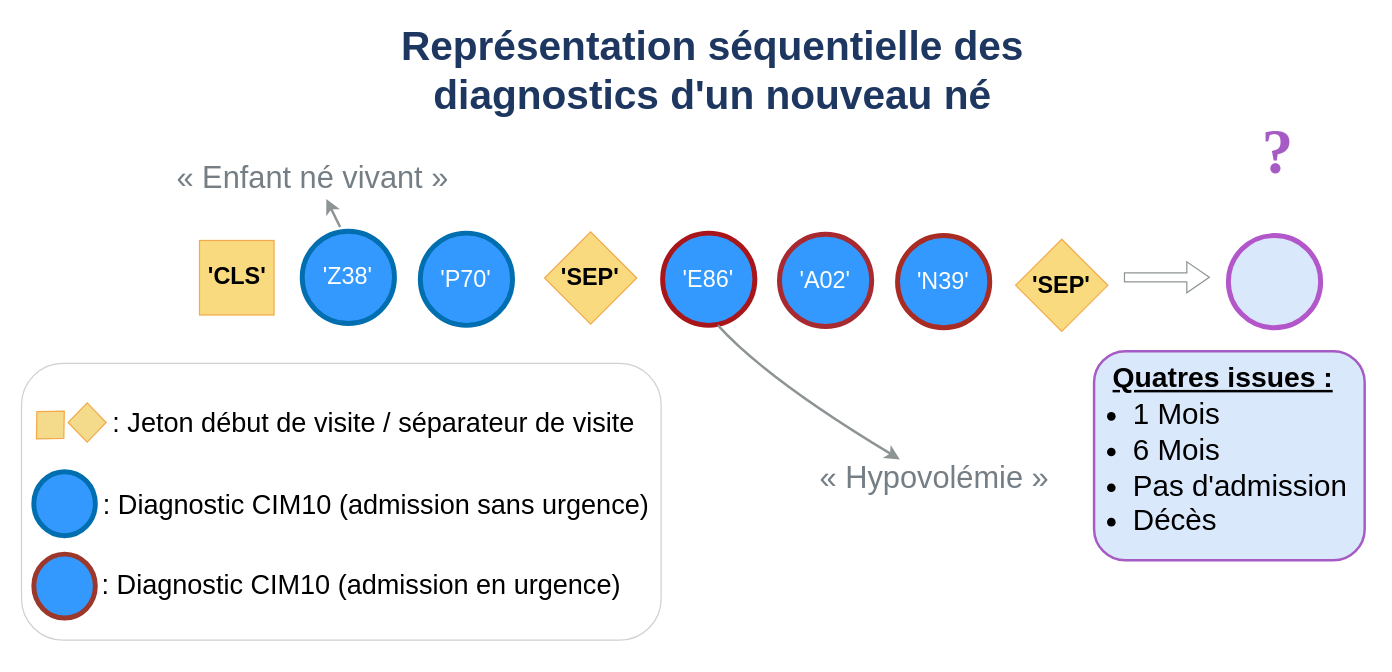
Earlier version of the draw.io diagram ex_séquence.drawio (Basso42/BEHRT). Source tidied: cells renumbered, new cells numbered last; positions are measured from the earlier drawing's top-left corner, leaving out a move shared by most shapes. Both pictures are drawn from the tidied source at 123%, with x=0, y=0 at pixel (21, 69). Pictures stored in the file or linked from it are replaced by grey dashed boxes.
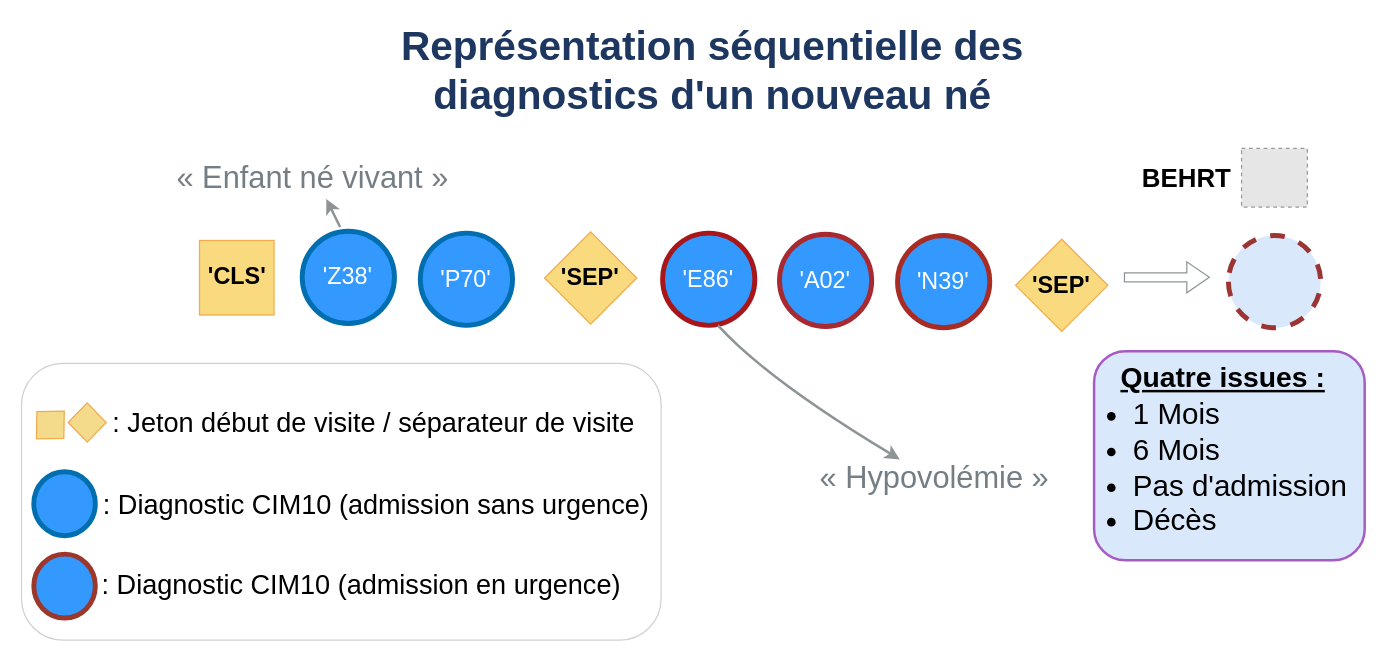
The same diagram, later.

Change to the diagram source:
```diff
@@
-    <mxCell id="12" style="ellipse;whiteSpace=wrap;html=1;fillColor=#dae8fc;flipH=1;strokeColor=light-dark(#b256ca, #5c79a3);strokeWidth=4;fontFamily=Arial;" parent="1" vertex="1">
+    <mxCell id="12" style="ellipse;whiteSpace=wrap;html=1;fillColor=#dae8fc;flipH=1;strokeColor=light-dark(#9c3434, #5c79a3);strokeWidth=4;fontFamily=Arial;dashed=1;" parent="1" vertex="1">
       <mxGeometry x="981.2" y="135" width="75" height="75" as="geometry" />
     </mxCell>
@@
-    <mxCell id="24" value="&lt;font face=&quot;Times New Roman&quot;&gt;&lt;b&gt;&lt;font&gt;?&lt;/font&gt;&lt;/b&gt;&lt;/font&gt;" style="text;html=1;align=center;verticalAlign=middle;strokeColor=none;fillColor=none;fontSize=51;fontColor=light-dark(#a65bc4, #ededed);fontFamily=Arial;" parent="1" vertex="1">
-      <mxGeometry x="996.2" y="28" width="50" height="80" as="geometry" />
-    </mxCell>
@@
-    <mxCell id="30" value="&lt;u&gt;&lt;b&gt;Quatres issues :&lt;/b&gt;&lt;/u&gt;" style="text;html=1;align=center;verticalAlign=middle;whiteSpace=wrap;rounded=0;fontSize=23;" parent="1" vertex="1">
+    <mxCell id="30" value="&lt;u&gt;&lt;b&gt;Quatre issues :&lt;/b&gt;&lt;/u&gt;" style="text;html=1;align=center;verticalAlign=middle;whiteSpace=wrap;rounded=0;fontSize=23;" parent="1" vertex="1">
       <mxGeometry x="857" y="231" width="240" height="40" as="geometry" />
     </mxCell>
+    <mxCell id="31" style="fillColor=#E6E6E6;strokeColor=#999999;dashed=1;verticalLabelPosition=bottom;labelBackgroundColor=default;verticalAlign=top;" parent="1" vertex="1">
+      <mxGeometry x="991.9" y="64.1" width="53.5" height="47.8" as="geometry" />
+    </mxCell>
+    <mxCell id="32" value="&lt;font style=&quot;font-size: 21px;&quot;&gt;BEHRT&lt;/font&gt;" style="text;html=1;align=center;verticalAlign=middle;strokeColor=none;fillColor=none;fontStyle=1;fontFamily=Arial;" parent="1" vertex="1">
+      <mxGeometry x="901.9" y="68" width="90" height="40" as="geometry" />
+    </mxCell>
```
